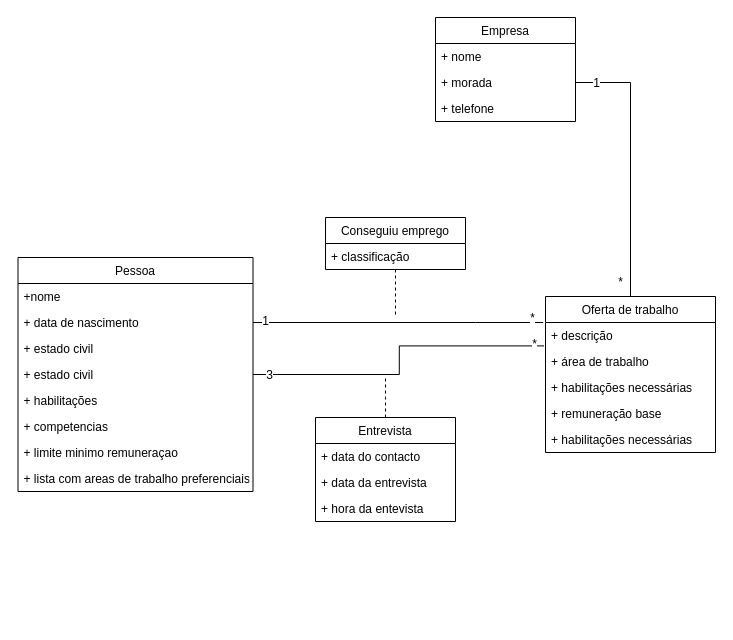
Earlier version of the draw.io diagram BDAD_TP1_3.drawio (Poodlers/BDAD). Source tidied: cells renumbered, new cells numbered last; positions are measured from the earlier drawing's top-left corner, leaving out a move shared by most shapes. Both pictures are drawn from the tidied source at 100%, with x=0, y=0 at pixel (17, 17).
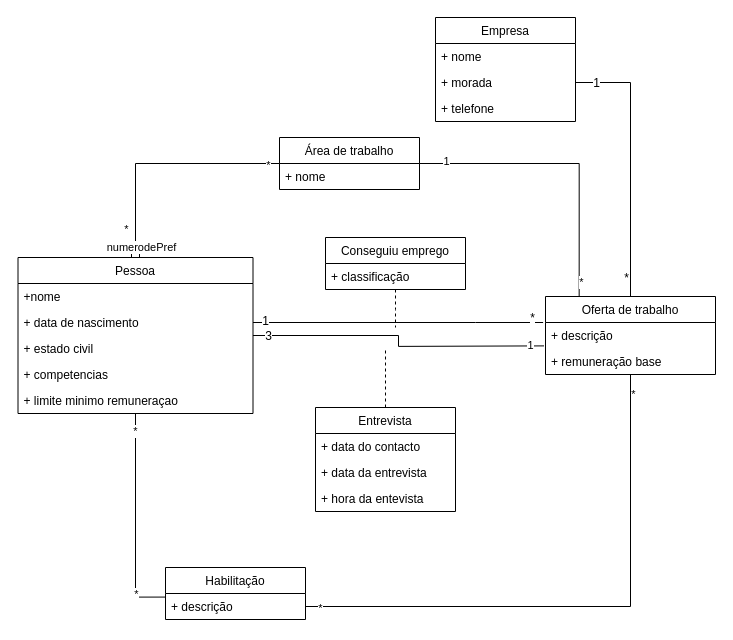
The same page after the edit.

The change refers to these unchanged cells:
```xml
<mxCell id="6" style="edgeStyle=orthogonalEdgeStyle;rounded=0;jettySize=auto;html=1;entryX=1;entryY=0.5;entryDx=0;entryDy=0;endArrow=none;endFill=0;" parent="1" edge="1" source="9" target="4">
  <mxGeometry relative="1" as="geometry" />
</mxCell>
```

Change to the diagram source:
```diff
@@
     <mxCell id="8" value="*" style="edgeLabel;html=1;align=center;verticalAlign=middle;fontSize=12;" parent="6" vertex="1">
       <mxGeometry x="-0.89" y="1" relative="1" as="geometry">
-        <mxPoint x="-10" as="offset" />
+        <mxPoint x="-4" y="-4" as="offset" />
       </mxGeometry>
     </mxCell>
+    <mxCell id="38" style="edgeStyle=orthogonalEdgeStyle;rounded=0;jettySize=auto;html=1;startArrow=none;startFill=0;startSize=10;endArrow=none;endFill=0;" parent="1" edge="1" source="9" target="55">
+      <mxGeometry relative="1" as="geometry" />
+    </mxCell>
+    <mxCell id="39" value="*" style="edgeLabel;html=1;align=center;verticalAlign=middle;" parent="38" vertex="1">
+      <mxGeometry x="-0.93" y="2" relative="1" as="geometry" />
+    </mxCell>
+    <mxCell id="40" value="*" style="edgeLabel;html=1;align=center;verticalAlign=middle;" parent="38" vertex="1">
+      <mxGeometry x="0.95" y="1" relative="1" as="geometry" />
+    </mxCell>
     <mxCell id="9" value="Oferta de trabalho" style="swimlane;fontStyle=0;horizontal=1;startSize=26;fillColor=none;" parent="1" vertex="1">
-      <mxGeometry x="528" y="279" width="170" height="156" as="geometry" />
+      <mxGeometry x="528" y="279" width="170" height="78" as="geometry" />
     </mxCell>
@@
-    <mxCell id="11" value="+ área de trabalho" style="text;strokeColor=none;fillColor=none;align=left;verticalAlign=top;spacingLeft=4;spacingRight=4;overflow=hidden;points=[[0,0.5],[1,0.5]];portConstraint=eastwest;" parent="9" vertex="1">
-      <mxGeometry y="52" width="170" height="26" as="geometry" />
-    </mxCell>
-    <mxCell id="12" value="+ habilitações necessárias" style="text;strokeColor=none;fillColor=none;align=left;verticalAlign=top;spacingLeft=4;spacingRight=4;overflow=hidden;" parent="9" vertex="1">
-      <mxGeometry y="78" width="170" height="26" as="geometry" />
-    </mxCell>
     <mxCell id="13" value="+ remuneração base" style="text;strokeColor=none;fillColor=none;align=left;verticalAlign=top;spacingLeft=4;spacingRight=4;overflow=hidden;" parent="9" vertex="1">
-      <mxGeometry y="104" width="170" height="26" as="geometry" />
+      <mxGeometry y="52" width="170" height="26" as="geometry" />
     </mxCell>
-    <mxCell id="14" value="+ habilitações necessárias" style="text;strokeColor=none;fillColor=none;align=left;verticalAlign=top;spacingLeft=4;spacingRight=4;overflow=hidden;" parent="9" vertex="1">
-      <mxGeometry y="130" width="170" height="26" as="geometry" />
-    </mxCell>
-    <mxCell id="15" style="edgeStyle=orthogonalEdgeStyle;rounded=0;jettySize=auto;html=1;entryX=-0.009;entryY=-0.1;entryDx=0;entryDy=0;entryPerimeter=0;endArrow=none;endFill=0;fontSize=12;" parent="1" edge="1" source="18" target="11">
-      <mxGeometry relative="1" as="geometry" />
+    <mxCell id="15" style="edgeStyle=orthogonalEdgeStyle;rounded=0;jettySize=auto;html=1;entryX=-0.009;entryY=-0.1;entryDx=0;entryDy=0;entryPerimeter=0;endArrow=none;endFill=0;fontSize=12;" parent="1" edge="1" source="18">
+      <mxGeometry relative="1" as="geometry">
+        <mxPoint x="526.5" y="328.4" as="targetPoint" />
+      </mxGeometry>
     </mxCell>
@@
-    <mxCell id="17" value="*" style="edgeLabel;html=1;align=center;verticalAlign=middle;fontSize=12;" parent="15" vertex="1">
-      <mxGeometry x="0.94" y="2" relative="1" as="geometry" />
-    </mxCell>
+    <mxCell id="41" value="1" style="edgeLabel;html=1;align=center;verticalAlign=middle;" parent="15" vertex="1">
+      <mxGeometry x="0.91" y="1" relative="1" as="geometry" />
+    </mxCell>
+    <mxCell id="42" style="edgeStyle=orthogonalEdgeStyle;rounded=0;jettySize=auto;html=1;entryX=0.003;entryY=0.138;entryDx=0;entryDy=0;entryPerimeter=0;endArrow=none;endFill=0;" parent="1" edge="1" source="18" target="55">
+      <mxGeometry relative="1" as="geometry">
+        <Array as="points">
+          <mxPoint x="118" y="580" />
+        </Array>
+      </mxGeometry>
+    </mxCell>
+    <mxCell id="43" value="*" style="edgeLabel;html=1;align=center;verticalAlign=middle;" parent="42" vertex="1">
+      <mxGeometry x="-0.84" y="-1" relative="1" as="geometry" />
+    </mxCell>
+    <mxCell id="44" value="*" style="edgeLabel;html=1;align=center;verticalAlign=middle;" parent="42" vertex="1">
+      <mxGeometry x="0.68" relative="1" as="geometry" />
+    </mxCell>
     <mxCell id="18" value="Pessoa" style="swimlane;fontStyle=0;horizontal=1;startSize=26;fillColor=none;fontSize=12;" parent="1" vertex="1">
-      <mxGeometry x="0.5" y="240" width="235" height="234" as="geometry" />
+      <mxGeometry x="0.5" y="240" width="235" height="156" as="geometry" />
     </mxCell>
@@
-    <mxCell id="22" value="+ estado civil" style="text;strokeColor=none;fillColor=none;align=left;verticalAlign=top;spacingLeft=4;spacingRight=4;overflow=hidden;" parent="18" vertex="1">
-      <mxGeometry y="104" width="235" height="26" as="geometry" />
-    </mxCell>
-    <mxCell id="23" value="+ habilitações" style="text;strokeColor=none;fillColor=none;align=left;verticalAlign=top;spacingLeft=4;spacingRight=4;overflow=hidden;" parent="18" vertex="1">
-      <mxGeometry y="130" width="235" height="26" as="geometry" />
-    </mxCell>
     <mxCell id="24" value="+ competencias" style="text;strokeColor=none;fillColor=none;align=left;verticalAlign=top;spacingLeft=4;spacingRight=4;overflow=hidden;" parent="18" vertex="1">
-      <mxGeometry y="156" width="235" height="26" as="geometry" />
+      <mxGeometry y="104" width="235" height="26" as="geometry" />
     </mxCell>
     <mxCell id="25" value="+ limite minimo remuneraçao" style="text;strokeColor=none;fillColor=none;align=left;verticalAlign=top;spacingLeft=4;spacingRight=4;overflow=hidden;" parent="18" vertex="1">
-      <mxGeometry y="182" width="235" height="26" as="geometry" />
+      <mxGeometry y="130" width="235" height="26" as="geometry" />
     </mxCell>
-    <mxCell id="26" value="+ lista com areas de trabalho preferenciais" style="text;strokeColor=none;fillColor=none;align=left;verticalAlign=top;spacingLeft=4;spacingRight=4;overflow=hidden;" parent="18" vertex="1">
-      <mxGeometry y="208" width="235" height="26" as="geometry" />
-    </mxCell>
     <mxCell id="27" style="edgeStyle=orthogonalEdgeStyle;rounded=0;jettySize=auto;html=1;endArrow=none;endFill=0;fontSize=12;dashed=1;" parent="1" edge="1" source="28">
       <mxGeometry relative="1" as="geometry">
-        <mxPoint x="368" y="360" as="targetPoint" />
+        <mxPoint x="368" y="330" as="targetPoint" />
       </mxGeometry>
     </mxCell>
     <mxCell id="28" value="Entrevista" style="swimlane;fontStyle=0;horizontal=1;startSize=26;fillColor=none;fontSize=12;" parent="1" vertex="1">
-      <mxGeometry x="298" y="400" width="140" height="104" as="geometry" />
+      <mxGeometry x="298" y="390" width="140" height="104" as="geometry" />
     </mxCell>
@@
     <mxCell id="35" style="edgeStyle=orthogonalEdgeStyle;rounded=0;jettySize=auto;html=1;endArrow=none;endFill=0;fontSize=12;dashed=1;" parent="1" edge="1" source="36">
       <mxGeometry relative="1" as="geometry">
-        <mxPoint x="378" y="300" as="targetPoint" />
+        <mxPoint x="378" y="310" as="targetPoint" />
       </mxGeometry>
     </mxCell>
     <mxCell id="36" value="Conseguiu emprego" style="swimlane;fontStyle=0;horizontal=1;startSize=26;fillColor=none;fontSize=12;" parent="1" vertex="1">
-      <mxGeometry x="308" y="200" width="140" height="52" as="geometry" />
+      <mxGeometry x="308" y="220" width="140" height="52" as="geometry" />
     </mxCell>
@@
+    <mxCell id="45" style="edgeStyle=orthogonalEdgeStyle;rounded=0;jettySize=auto;html=1;entryX=0.5;entryY=0;entryDx=0;entryDy=0;endArrow=box;endFill=0;startArrow=none;startFill=0;startSize=10;" parent="1" edge="1" source="52" target="18">
+      <mxGeometry relative="1" as="geometry" />
+    </mxCell>
+    <mxCell id="46" value="*" style="edgeLabel;html=1;align=center;verticalAlign=middle;" parent="45" vertex="1">
+      <mxGeometry x="-0.9" y="1" relative="1" as="geometry" />
+    </mxCell>
+    <mxCell id="47" value="*" style="edgeLabel;html=1;align=center;verticalAlign=middle;" parent="45" vertex="1">
+      <mxGeometry x="0.87" y="-1" relative="1" as="geometry">
+        <mxPoint x="-9" y="-14" as="offset" />
+      </mxGeometry>
+    </mxCell>
+    <mxCell id="48" value="numerodePref" style="edgeLabel;html=1;align=center;verticalAlign=middle;" parent="45" vertex="1">
+      <mxGeometry x="0.91" y="5" relative="1" as="geometry" />
+    </mxCell>
+    <mxCell id="49" style="edgeStyle=orthogonalEdgeStyle;rounded=0;jettySize=auto;html=1;entryX=0.198;entryY=0.003;entryDx=0;entryDy=0;entryPerimeter=0;endArrow=none;endFill=0;" parent="1" edge="1" source="52" target="9">
+      <mxGeometry relative="1" as="geometry" />
+    </mxCell>
+    <mxCell id="50" value="*" style="edgeLabel;html=1;align=center;verticalAlign=middle;" parent="49" vertex="1">
+      <mxGeometry x="0.9" y="2" relative="1" as="geometry" />
+    </mxCell>
+    <mxCell id="51" value="1" style="edgeLabel;html=1;align=center;verticalAlign=middle;" parent="49" vertex="1">
+      <mxGeometry x="-0.82" y="3" relative="1" as="geometry" />
+    </mxCell>
+    <mxCell id="52" value="Área de trabalho" style="swimlane;fontStyle=0;horizontal=1;startSize=26;fillColor=none;" parent="1" vertex="1">
+      <mxGeometry x="262" y="120" width="140" height="52" as="geometry" />
+    </mxCell>
+    <mxCell id="53" value="+ nome" style="text;strokeColor=none;fillColor=none;align=left;verticalAlign=top;spacingLeft=4;spacingRight=4;overflow=hidden;" parent="52" vertex="1">
+      <mxGeometry y="26" width="140" height="26" as="geometry" />
+    </mxCell>
+    <mxCell id="54" value="Habilitação" style="swimlane;fontStyle=0;horizontal=1;startSize=26;fillColor=none;" parent="1" vertex="1">
+      <mxGeometry x="148" y="550" width="140" height="52" as="geometry" />
+    </mxCell>
+    <mxCell id="55" value="+ descrição" style="text;strokeColor=none;fillColor=none;align=left;verticalAlign=top;spacingLeft=4;spacingRight=4;overflow=hidden;points=[[0,0.5],[1,0.5]];portConstraint=eastwest;" parent="54" vertex="1">
+      <mxGeometry y="26" width="140" height="26" as="geometry" />
+    </mxCell>
```
